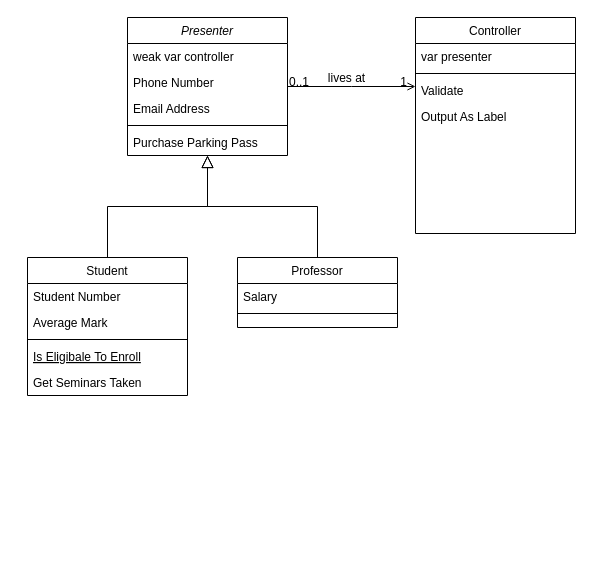
The draw.io diagram Untitled Diagram.drawio in lwrnczeng/Viper-Architecture, before the edit. Source tidied: cells renumbered, new cells numbered last; positions are measured from the earlier drawing's top-left corner, leaving out a move shared by most shapes. Both pictures are drawn from the tidied source at 100%, with x=0, y=0 at pixel (27, 17).
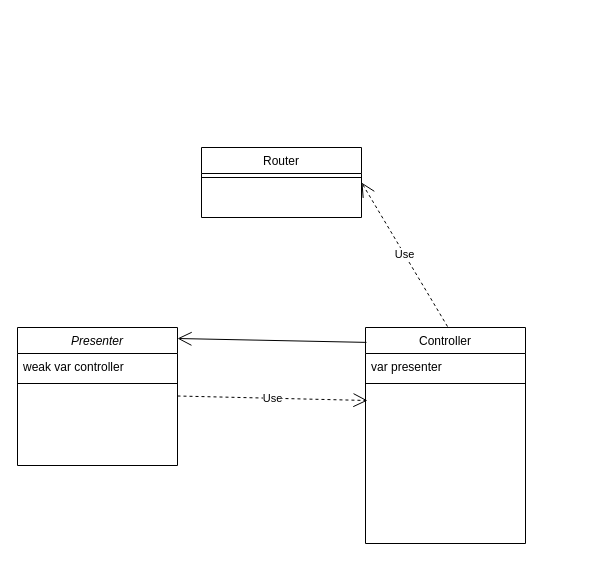
After the change.

The edit, as a diff of the source:
```diff
@@
-    <mxCell id="2" value="Presenter" style="swimlane;fontStyle=2;align=center;verticalAlign=top;horizontal=1;startSize=26;rounded=0;shadow=0;strokeWidth=1;" parent="1" vertex="1">
-      <mxGeometry x="100" width="160" height="138" as="geometry" />
-    </mxCell>
-    <mxCell id="3" value="weak var controller" style="text;align=left;verticalAlign=top;spacingLeft=4;spacingRight=4;overflow=hidden;" parent="2" vertex="1">
-      <mxGeometry y="26" width="160" height="26" as="geometry" />
-    </mxCell>
-    <mxCell id="4" value="Phone Number" style="text;align=left;verticalAlign=top;spacingLeft=4;spacingRight=4;overflow=hidden;rounded=0;shadow=0;html=0;" parent="2" vertex="1">
-      <mxGeometry y="52" width="160" height="26" as="geometry" />
-    </mxCell>
-    <mxCell id="5" value="Email Address" style="text;align=left;verticalAlign=top;spacingLeft=4;spacingRight=4;overflow=hidden;rounded=0;shadow=0;html=0;" parent="2" vertex="1">
-      <mxGeometry y="78" width="160" height="26" as="geometry" />
-    </mxCell>
-    <mxCell id="6" style="line;html=1;strokeWidth=1;align=left;verticalAlign=middle;spacingTop=-1;spacingLeft=3;spacingRight=3;labelPosition=right;" parent="2" vertex="1">
-      <mxGeometry y="104" width="160" height="8" as="geometry" />
-    </mxCell>
-    <mxCell id="7" value="Purchase Parking Pass" style="text;align=left;verticalAlign=top;spacingLeft=4;spacingRight=4;overflow=hidden;" parent="2" vertex="1">
-      <mxGeometry y="112" width="160" height="26" as="geometry" />
-    </mxCell>
-    <mxCell id="8" value="Student" style="swimlane;fontStyle=0;align=center;verticalAlign=top;horizontal=1;startSize=26;rounded=0;shadow=0;strokeWidth=1;" parent="1" vertex="1">
-      <mxGeometry y="240" width="160" height="138" as="geometry" />
-    </mxCell>
-    <mxCell id="9" value="Student Number" style="text;align=left;verticalAlign=top;spacingLeft=4;spacingRight=4;overflow=hidden;" parent="8" vertex="1">
-      <mxGeometry y="26" width="160" height="26" as="geometry" />
-    </mxCell>
-    <mxCell id="10" value="Average Mark" style="text;align=left;verticalAlign=top;spacingLeft=4;spacingRight=4;overflow=hidden;rounded=0;shadow=0;html=0;" parent="8" vertex="1">
-      <mxGeometry y="52" width="160" height="26" as="geometry" />
-    </mxCell>
-    <mxCell id="11" style="line;html=1;strokeWidth=1;align=left;verticalAlign=middle;spacingTop=-1;spacingLeft=3;spacingRight=3;labelPosition=right;" parent="8" vertex="1">
-      <mxGeometry y="78" width="160" height="8" as="geometry" />
-    </mxCell>
-    <mxCell id="12" value="Is Eligibale To Enroll" style="text;align=left;verticalAlign=top;spacingLeft=4;spacingRight=4;overflow=hidden;fontStyle=4;" parent="8" vertex="1">
-      <mxGeometry y="86" width="160" height="26" as="geometry" />
-    </mxCell>
-    <mxCell id="13" value="Get Seminars Taken" style="text;align=left;verticalAlign=top;spacingLeft=4;spacingRight=4;overflow=hidden;" parent="8" vertex="1">
-      <mxGeometry y="112" width="160" height="26" as="geometry" />
-    </mxCell>
-    <mxCell id="14" style="endArrow=block;endSize=10;endFill=0;shadow=0;strokeWidth=1;rounded=0;edgeStyle=elbowEdgeStyle;elbow=vertical;" parent="1" edge="1" source="8" target="2">
-      <mxGeometry relative="1" as="geometry" />
-    </mxCell>
-    <mxCell id="15" value="Professor" style="swimlane;fontStyle=0;align=center;verticalAlign=top;horizontal=1;startSize=26;rounded=0;shadow=0;strokeWidth=1;" parent="1" vertex="1">
-      <mxGeometry x="210" y="240" width="160" height="70" as="geometry" />
+    <mxCell id="15" value="Router" style="swimlane;fontStyle=0;align=center;verticalAlign=top;horizontal=1;startSize=26;rounded=0;shadow=0;strokeWidth=1;" parent="1" vertex="1">
+      <mxGeometry x="174" y="130" width="160" height="70" as="geometry" />
     </mxCell>
-    <mxCell id="16" value="Salary" style="text;align=left;verticalAlign=top;spacingLeft=4;spacingRight=4;overflow=hidden;" parent="15" vertex="1">
-      <mxGeometry y="26" width="160" height="26" as="geometry" />
-    </mxCell>
     <mxCell id="17" style="line;html=1;strokeWidth=1;align=left;verticalAlign=middle;spacingTop=-1;spacingLeft=3;spacingRight=3;labelPosition=right;" parent="15" vertex="1">
-      <mxGeometry y="52" width="160" height="8" as="geometry" />
+      <mxGeometry y="26" width="160" height="8" as="geometry" />
     </mxCell>
-    <mxCell id="18" style="endArrow=block;endSize=10;endFill=0;shadow=0;strokeWidth=1;rounded=0;edgeStyle=elbowEdgeStyle;elbow=vertical;" parent="1" edge="1" source="15" target="2">
-      <mxGeometry relative="1" as="geometry" />
-    </mxCell>
     <mxCell id="19" value="Controller" style="swimlane;fontStyle=0;align=center;verticalAlign=top;horizontal=1;startSize=26;rounded=0;shadow=0;strokeWidth=1;" parent="1" vertex="1">
-      <mxGeometry x="388" width="160" height="216" as="geometry" />
+      <mxGeometry x="338" y="310" width="160" height="216" as="geometry" />
     </mxCell>
@@
-    <mxCell id="22" value="Validate" style="text;align=left;verticalAlign=top;spacingLeft=4;spacingRight=4;overflow=hidden;" parent="19" vertex="1">
-      <mxGeometry y="60" width="160" height="26" as="geometry" />
-    </mxCell>
-    <mxCell id="23" value="Output As Label" style="text;align=left;verticalAlign=top;spacingLeft=4;spacingRight=4;overflow=hidden;" parent="19" vertex="1">
-      <mxGeometry y="86" width="160" height="26" as="geometry" />
-    </mxCell>
-    <mxCell id="24" style="endArrow=open;shadow=0;strokeWidth=1;rounded=0;endFill=1;edgeStyle=elbowEdgeStyle;elbow=vertical;" parent="1" edge="1" source="2" target="19">
-      <mxGeometry x="0.5" y="41" relative="1" as="geometry">
-        <mxPoint x="-40" y="32" as="offset" />
-      </mxGeometry>
-    </mxCell>
-    <mxCell id="25" value="0..1" style="align=left;verticalAlign=bottom;labelBackgroundColor=none;fontSize=12;" parent="24" vertex="1">
-      <mxGeometry x="-1" relative="1" as="geometry">
-        <mxPoint y="4" as="offset" />
-      </mxGeometry>
-    </mxCell>
-    <mxCell id="26" value="1" style="align=right;verticalAlign=bottom;labelBackgroundColor=none;fontSize=12;" parent="24" vertex="1">
-      <mxGeometry x="1" relative="1" as="geometry">
-        <mxPoint x="-7" y="4" as="offset" />
-      </mxGeometry>
-    </mxCell>
-    <mxCell id="27" value="lives at" style="text;html=1;align=center;verticalAlign=middle;labelBackgroundColor=none;rounded=0;shadow=0;strokeWidth=1;fontSize=12;" parent="24" vertex="1">
-      <mxGeometry x="0.5" y="49" relative="1" as="geometry">
-        <mxPoint x="-38" y="40" as="offset" />
-      </mxGeometry>
-    </mxCell>
+    <mxCell id="28" value="Use" style="endArrow=open;endSize=12;dashed=1;html=1;entryX=1;entryY=0.5;entryDx=0;entryDy=0;" parent="1" edge="1" target="15">
+      <mxGeometry relative="1" as="geometry">
+        <mxPoint x="420" y="309" as="sourcePoint" />
+      </mxGeometry>
+    </mxCell>
+    <mxCell id="29" style="endArrow=open;endFill=1;endSize=12;html=1;exitX=0.006;exitY=0.069;exitDx=0;exitDy=0;exitPerimeter=0;" parent="1" edge="1" source="19">
+      <mxGeometry relative="1" as="geometry">
+        <mxPoint x="150" y="321" as="targetPoint" />
+      </mxGeometry>
+    </mxCell>
+    <mxCell id="2" value="Presenter" style="swimlane;fontStyle=2;align=center;verticalAlign=top;horizontal=1;startSize=26;rounded=0;shadow=0;strokeWidth=1;" parent="1" vertex="1">
+      <mxGeometry x="-10" y="310" width="160" height="138" as="geometry" />
+    </mxCell>
+    <mxCell id="3" value="weak var controller" style="text;align=left;verticalAlign=top;spacingLeft=4;spacingRight=4;overflow=hidden;" parent="2" vertex="1">
+      <mxGeometry y="26" width="160" height="26" as="geometry" />
+    </mxCell>
+    <mxCell id="6" style="line;html=1;strokeWidth=1;align=left;verticalAlign=middle;spacingTop=-1;spacingLeft=3;spacingRight=3;labelPosition=right;" parent="2" vertex="1">
+      <mxGeometry y="52" width="160" height="8" as="geometry" />
+    </mxCell>
+    <mxCell id="30" value="Use" style="endArrow=open;endSize=12;dashed=1;html=1;" parent="1" edge="1">
+      <mxGeometry relative="1" as="geometry">
+        <mxPoint x="150" y="378.5" as="sourcePoint" />
+        <mxPoint x="340" y="383" as="targetPoint" />
+      </mxGeometry>
+    </mxCell>
```
